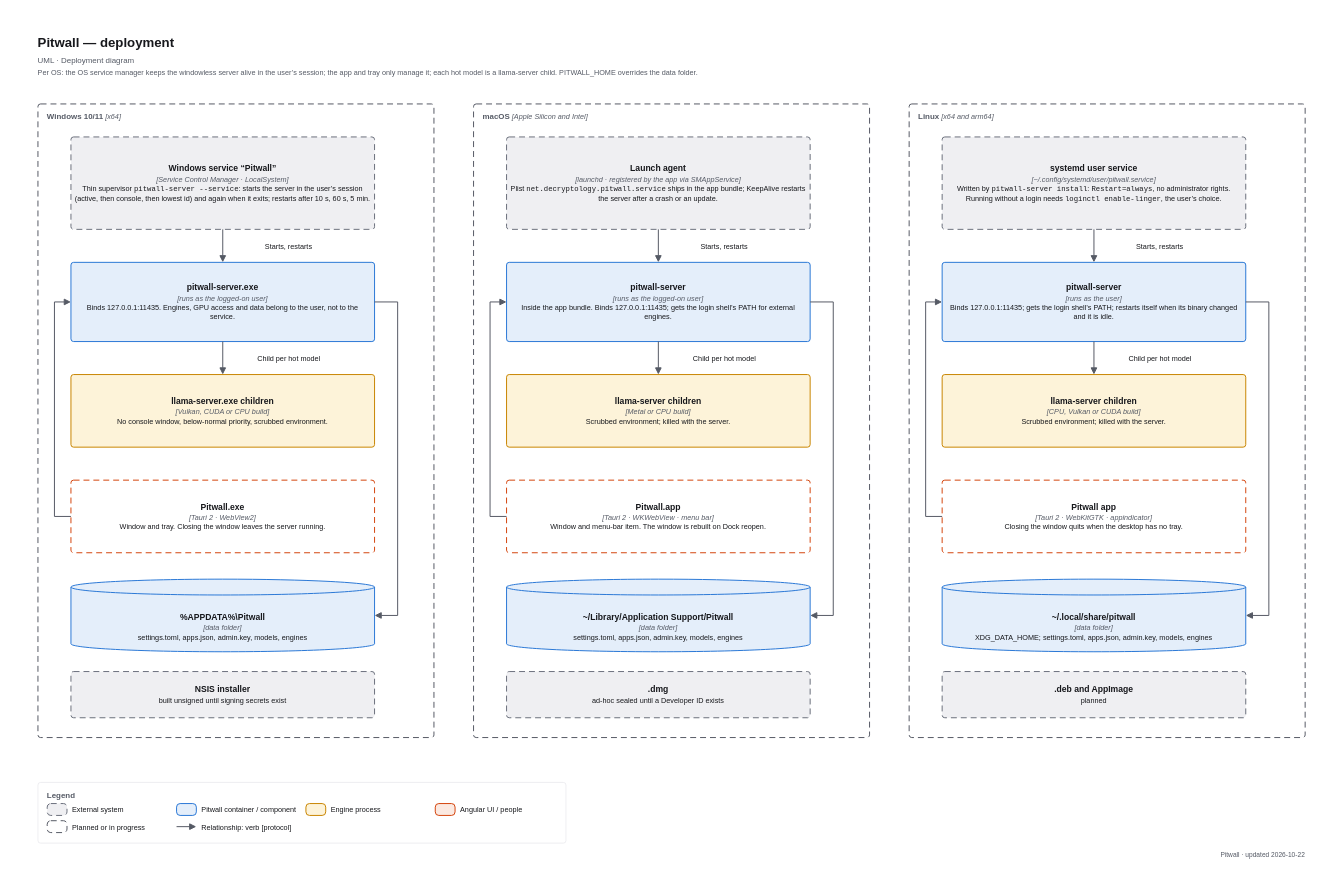
Earlier version of the draw.io diagram apps/pitwall/docs/diagrams/uml-deployment.drawio (decryp7/paddock). Source tidied: cells renumbered, new cells numbered last; positions are measured from the earlier drawing's top-left corner, leaving out a move shared by most shapes. Both pictures are drawn from the tidied source at 66%, with x=0, y=0 at pixel (11, 11).
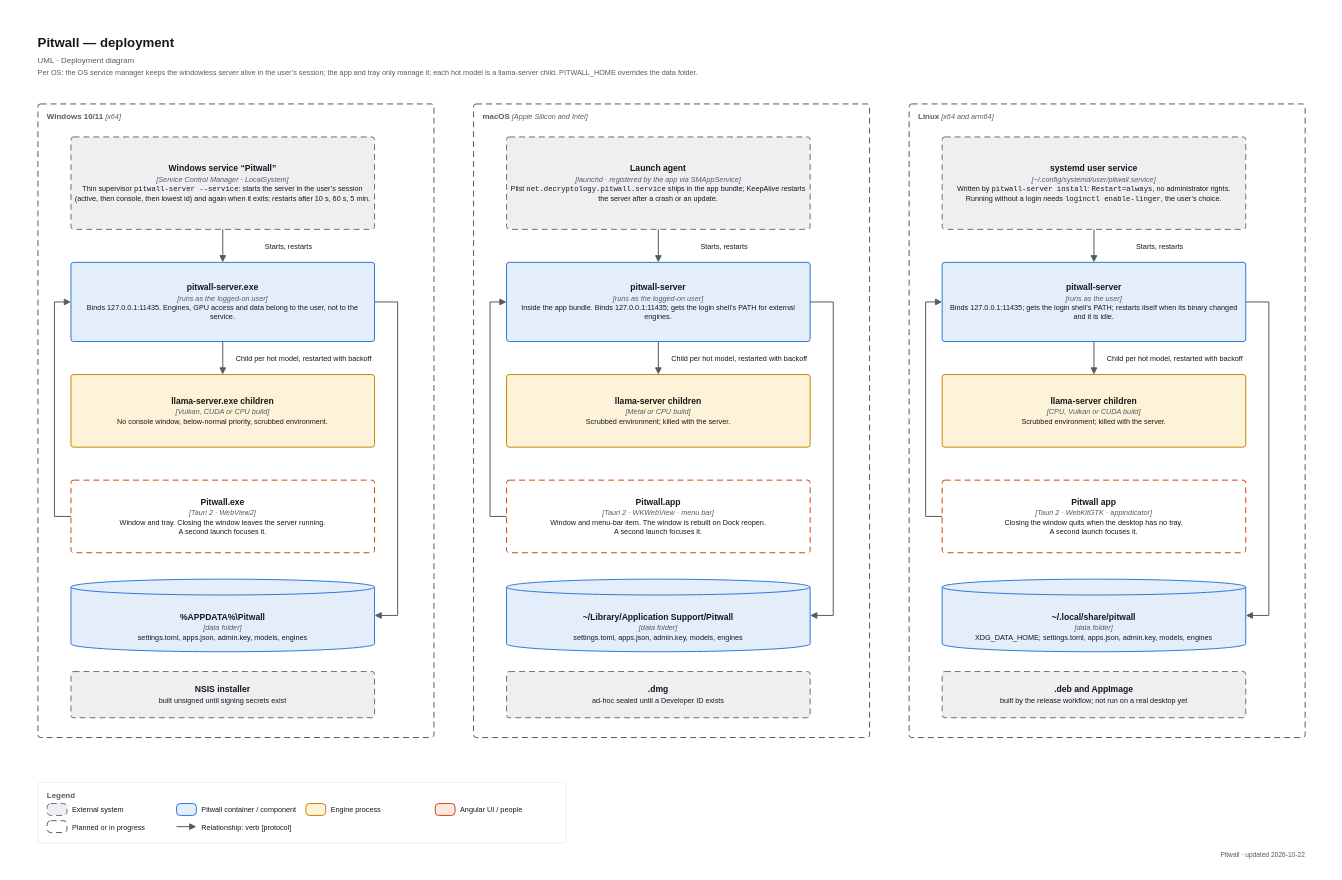
After the change.

Commit message (it also covers changes not shown here):
docs: deployment diagram matches the code (restart with backoff, single instance, installers), label text no longer touches its box; re-exported

What changed in the source:
```diff
@@
-    <mxCell id="11" value="&lt;div style=&quot;line-height:1.3&quot;&gt;&lt;b style=&quot;font-size:13px&quot;&gt;Pitwall.exe&lt;/b&gt;&lt;br&gt;&lt;i style=&quot;font-size:11px;color:#555A65&quot;&gt;[Tauri 2 · WebView2]&lt;/i&gt;&lt;br&gt;Window and tray. Closing the window leaves the server running.&lt;/div&gt;" style="fontFamily=Arial,Helvetica,sans-serif;html=1;whiteSpace=wrap;fontColor=#17181C;fontSize=11;rounded=1;arcSize=8;absoluteArcSize=1;strokeWidth=1.5;align=center;verticalAlign=middle;spacing=6;fillColor=#FFFFFF;strokeColor=#D4440D;dashed=1;dashPattern=6 4;" parent="1" vertex="1">
+    <mxCell id="11" value="&lt;div style=&quot;line-height:1.3&quot;&gt;&lt;b style=&quot;font-size:13px&quot;&gt;Pitwall.exe&lt;/b&gt;&lt;br&gt;&lt;i style=&quot;font-size:11px;color:#555A65&quot;&gt;[Tauri 2 · WebView2]&lt;/i&gt;&lt;br&gt;Window and tray. Closing the window leaves the server running.&lt;br&gt;A second launch focuses it.&lt;/div&gt;" style="fontFamily=Arial,Helvetica,sans-serif;html=1;whiteSpace=wrap;fontColor=#17181C;fontSize=11;rounded=1;arcSize=8;absoluteArcSize=1;strokeWidth=1.5;align=center;verticalAlign=middle;spacing=6;fillColor=#FFFFFF;strokeColor=#D4440D;dashed=1;dashPattern=6 4;" parent="1" vertex="1">
       <mxGeometry x="90" y="710" width="460" height="110" as="geometry" />
     </mxCell>
@@
-    <mxCell id="17" value="Child per hot model" style="fontFamily=Arial,Helvetica,sans-serif;html=1;whiteSpace=wrap;fontColor=#17181C;fontSize=11;text;strokeColor=none;fillColor=#FFFFFF;align=center;verticalAlign=middle;spacing=0;" parent="1" vertex="1">
-      <mxGeometry x="360" y="517" width="121" height="17" as="geometry" />
+    <mxCell id="17" value="Child per hot model, restarted with backoff" style="fontFamily=Arial,Helvetica,sans-serif;html=1;whiteSpace=wrap;fontColor=#17181C;fontSize=11;text;strokeColor=none;fillColor=#FFFFFF;align=center;verticalAlign=middle;spacing=0;" parent="1" vertex="1">
+      <mxGeometry x="328" y="517" width="230" height="17" as="geometry" />
     </mxCell>
@@
-    <mxCell id="24" value="&lt;div style=&quot;line-height:1.3&quot;&gt;&lt;b style=&quot;font-size:13px&quot;&gt;Pitwall.app&lt;/b&gt;&lt;br&gt;&lt;i style=&quot;font-size:11px;color:#555A65&quot;&gt;[Tauri 2 · WKWebView · menu bar]&lt;/i&gt;&lt;br&gt;Window and menu-bar item. The window is rebuilt on Dock reopen.&lt;/div&gt;" style="fontFamily=Arial,Helvetica,sans-serif;html=1;whiteSpace=wrap;fontColor=#17181C;fontSize=11;rounded=1;arcSize=8;absoluteArcSize=1;strokeWidth=1.5;align=center;verticalAlign=middle;spacing=6;fillColor=#FFFFFF;strokeColor=#D4440D;dashed=1;dashPattern=6 4;" parent="1" vertex="1">
+    <mxCell id="24" value="&lt;div style=&quot;line-height:1.3&quot;&gt;&lt;b style=&quot;font-size:13px&quot;&gt;Pitwall.app&lt;/b&gt;&lt;br&gt;&lt;i style=&quot;font-size:11px;color:#555A65&quot;&gt;[Tauri 2 · WKWebView · menu bar]&lt;/i&gt;&lt;br&gt;Window and menu-bar item. The window is rebuilt on Dock reopen.&lt;br&gt;A second launch focuses it.&lt;/div&gt;" style="fontFamily=Arial,Helvetica,sans-serif;html=1;whiteSpace=wrap;fontColor=#17181C;fontSize=11;rounded=1;arcSize=8;absoluteArcSize=1;strokeWidth=1.5;align=center;verticalAlign=middle;spacing=6;fillColor=#FFFFFF;strokeColor=#D4440D;dashed=1;dashPattern=6 4;" parent="1" vertex="1">
       <mxGeometry x="750" y="710" width="460" height="110" as="geometry" />
     </mxCell>
@@
-    <mxCell id="30" value="Child per hot model" style="fontFamily=Arial,Helvetica,sans-serif;html=1;whiteSpace=wrap;fontColor=#17181C;fontSize=11;text;strokeColor=none;fillColor=#FFFFFF;align=center;verticalAlign=middle;spacing=0;" parent="1" vertex="1">
-      <mxGeometry x="1020" y="517" width="121" height="17" as="geometry" />
+    <mxCell id="30" value="Child per hot model, restarted with backoff" style="fontFamily=Arial,Helvetica,sans-serif;html=1;whiteSpace=wrap;fontColor=#17181C;fontSize=11;text;strokeColor=none;fillColor=#FFFFFF;align=center;verticalAlign=middle;spacing=0;" parent="1" vertex="1">
+      <mxGeometry x="988" y="517" width="230" height="17" as="geometry" />
     </mxCell>
@@
-    <mxCell id="37" value="&lt;div style=&quot;line-height:1.3&quot;&gt;&lt;b style=&quot;font-size:13px&quot;&gt;Pitwall app&lt;/b&gt;&lt;br&gt;&lt;i style=&quot;font-size:11px;color:#555A65&quot;&gt;[Tauri 2 · WebKitGTK · appindicator]&lt;/i&gt;&lt;br&gt;Closing the window quits when the desktop has no tray.&lt;/div&gt;" style="fontFamily=Arial,Helvetica,sans-serif;html=1;whiteSpace=wrap;fontColor=#17181C;fontSize=11;rounded=1;arcSize=8;absoluteArcSize=1;strokeWidth=1.5;align=center;verticalAlign=middle;spacing=6;fillColor=#FFFFFF;strokeColor=#D4440D;dashed=1;dashPattern=6 4;" parent="1" vertex="1">
+    <mxCell id="37" value="&lt;div style=&quot;line-height:1.3&quot;&gt;&lt;b style=&quot;font-size:13px&quot;&gt;Pitwall app&lt;/b&gt;&lt;br&gt;&lt;i style=&quot;font-size:11px;color:#555A65&quot;&gt;[Tauri 2 · WebKitGTK · appindicator]&lt;/i&gt;&lt;br&gt;Closing the window quits when the desktop has no tray.&lt;br&gt;A second launch focuses it.&lt;/div&gt;" style="fontFamily=Arial,Helvetica,sans-serif;html=1;whiteSpace=wrap;fontColor=#17181C;fontSize=11;rounded=1;arcSize=8;absoluteArcSize=1;strokeWidth=1.5;align=center;verticalAlign=middle;spacing=6;fillColor=#FFFFFF;strokeColor=#D4440D;dashed=1;dashPattern=6 4;" parent="1" vertex="1">
       <mxGeometry x="1410" y="710" width="460" height="110" as="geometry" />
     </mxCell>
@@
-    <mxCell id="39" value="&lt;div style=&quot;line-height:1.3&quot;&gt;&lt;b style=&quot;font-size:13px&quot;&gt;.deb and AppImage&lt;/b&gt;&lt;br&gt;planned&lt;/div&gt;" style="fontFamily=Arial,Helvetica,sans-serif;html=1;whiteSpace=wrap;fontColor=#17181C;fontSize=11;rounded=1;arcSize=8;absoluteArcSize=1;strokeWidth=1.5;align=center;verticalAlign=middle;spacing=6;fillColor=#EFEFF2;strokeColor=#6B707C;dashed=1;dashPattern=6 4;" parent="1" vertex="1">
+    <mxCell id="39" value="&lt;div style=&quot;line-height:1.3&quot;&gt;&lt;b style=&quot;font-size:13px&quot;&gt;.deb and AppImage&lt;/b&gt;&lt;br&gt;built by the release workflow; not run on a real desktop yet&lt;/div&gt;" style="fontFamily=Arial,Helvetica,sans-serif;html=1;whiteSpace=wrap;fontColor=#17181C;fontSize=11;rounded=1;arcSize=8;absoluteArcSize=1;strokeWidth=1.5;align=center;verticalAlign=middle;spacing=6;fillColor=#EFEFF2;strokeColor=#6B707C;dashed=1;dashPattern=6 4;" parent="1" vertex="1">
       <mxGeometry x="1410" y="1000" width="460" height="70" as="geometry" />
     </mxCell>
@@
-    <mxCell id="43" value="Child per hot model" style="fontFamily=Arial,Helvetica,sans-serif;html=1;whiteSpace=wrap;fontColor=#17181C;fontSize=11;text;strokeColor=none;fillColor=#FFFFFF;align=center;verticalAlign=middle;spacing=0;" parent="1" vertex="1">
-      <mxGeometry x="1680" y="517" width="121" height="17" as="geometry" />
+    <mxCell id="43" value="Child per hot model, restarted with backoff" style="fontFamily=Arial,Helvetica,sans-serif;html=1;whiteSpace=wrap;fontColor=#17181C;fontSize=11;text;strokeColor=none;fillColor=#FFFFFF;align=center;verticalAlign=middle;spacing=0;" parent="1" vertex="1">
+      <mxGeometry x="1648" y="517" width="230" height="17" as="geometry" />
     </mxCell>
```
